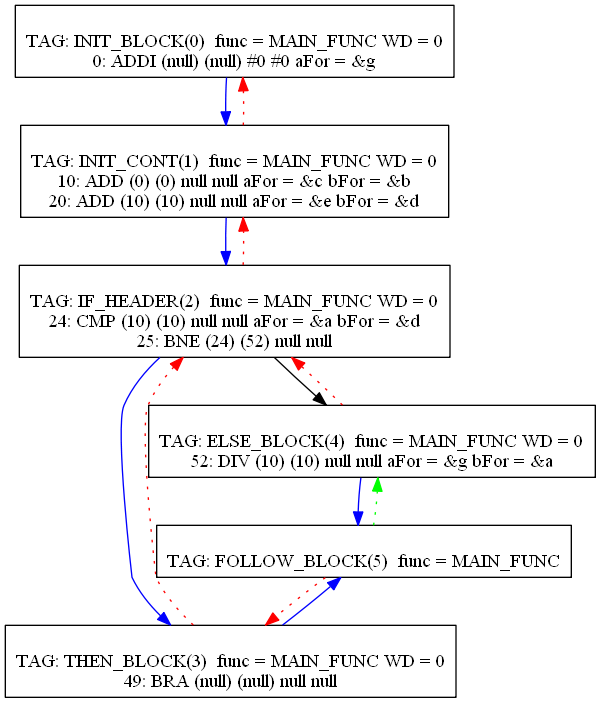
Above: Compiler/25graph.png in mbajaj92/Project-Astoria (Graphviz), before the change. Its source is kept beside it as Compiler/25graph.dot. Its diagram source:
```dot
digraph {
0[label="
TAG: INIT_BLOCK(0)  func = MAIN_FUNC WD = 0
0: ADDI (null) (null) #0 #0 aFor = &g
"];
0[shape=box];
0 -> 1[color=blue]
1[label="
TAG: INIT_CONT(1)  func = MAIN_FUNC WD = 0
10: ADD (0) (0) null null aFor = &c bFor = &b
20: ADD (10) (10) null null aFor = &e bFor = &d
"];
1[shape=box];
1 -> 2[color=blue]
1 -> 0[color=red][style=dotted]
2[label="
TAG: IF_HEADER(2)  func = MAIN_FUNC WD = 0
24: CMP (10) (10) null null aFor = &a bFor = &d
25: BNE (24) (52) null null
"];
2[shape=box];
2 -> 3[color=blue]
2 -> 4[color=black]
2 -> 1[color=red][style=dotted]
3[label="
TAG: THEN_BLOCK(3)  func = MAIN_FUNC WD = 0
49: BRA (null) (null) null null
"];
3[shape=box];
3 -> 5[color=blue]
3 -> 2[color=red][style=dotted]
4[label="
TAG: ELSE_BLOCK(4)  func = MAIN_FUNC WD = 0
52: DIV (10) (10) null null aFor = &g bFor = &a
"];
4[shape=box];
4 -> 5[color=blue]
4 -> 2[color=red][style=dotted]
5[label="
TAG: FOLLOW_BLOCK(5)  func = MAIN_FUNC
"];
5[shape=box];
5 -> 3[color=red][style=dotted]
5 -> 4[color=green][style=dotted]
}
```
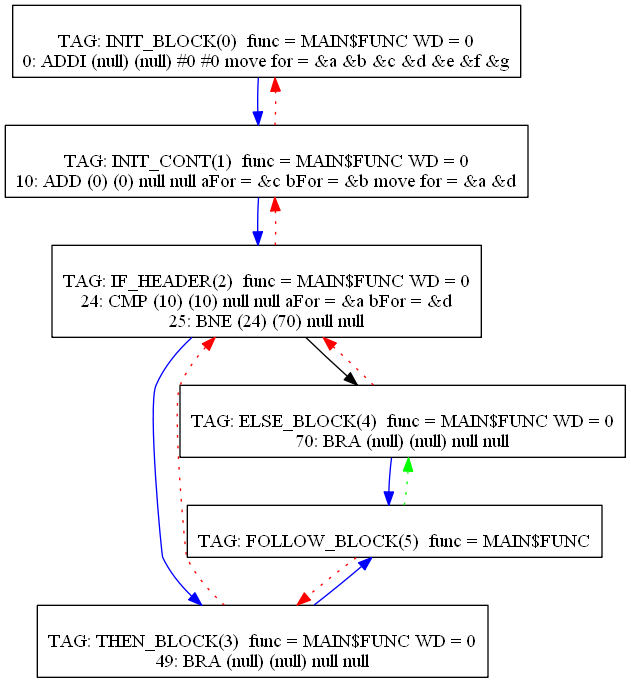
The same file after the commit.

Change to the diagram source:
```diff
@@ -1,43 +1,42 @@
 digraph {
 0[label="
-TAG: INIT_BLOCK(0)  func = MAIN_FUNC WD = 0
-0: ADDI (null) (null) #0 #0 aFor = &g
+TAG: INIT_BLOCK(0)  func = MAIN$FUNC WD = 0
+0: ADDI (null) (null) #0 #0 move for = &a &b &c &d &e &f &g
 "];
 0[shape=box];
 0 -> 1[color=blue]
 1[label="
-TAG: INIT_CONT(1)  func = MAIN_FUNC WD = 0
-10: ADD (0) (0) null null aFor = &c bFor = &b
-20: ADD (10) (10) null null aFor = &e bFor = &d
+TAG: INIT_CONT(1)  func = MAIN$FUNC WD = 0
+10: ADD (0) (0) null null aFor = &c bFor = &b move for = &a &d
 "];
 1[shape=box];
 1 -> 2[color=blue]
 1 -> 0[color=red][style=dotted]
 2[label="
-TAG: IF_HEADER(2)  func = MAIN_FUNC WD = 0
+TAG: IF_HEADER(2)  func = MAIN$FUNC WD = 0
 24: CMP (10) (10) null null aFor = &a bFor = &d
-25: BNE (24) (52) null null
+25: BNE (24) (70) null null
 "];
 2[shape=box];
 2 -> 3[color=blue]
 2 -> 4[color=black]
 2 -> 1[color=red][style=dotted]
 3[label="
-TAG: THEN_BLOCK(3)  func = MAIN_FUNC WD = 0
+TAG: THEN_BLOCK(3)  func = MAIN$FUNC WD = 0
 49: BRA (null) (null) null null
 "];
 3[shape=box];
 3 -> 5[color=blue]
 3 -> 2[color=red][style=dotted]
 4[label="
-TAG: ELSE_BLOCK(4)  func = MAIN_FUNC WD = 0
-52: DIV (10) (10) null null aFor = &g bFor = &a
+TAG: ELSE_BLOCK(4)  func = MAIN$FUNC WD = 0
+70: BRA (null) (null) null null
 "];
 4[shape=box];
 4 -> 5[color=blue]
 4 -> 2[color=red][style=dotted]
 5[label="
-TAG: FOLLOW_BLOCK(5)  func = MAIN_FUNC
+TAG: FOLLOW_BLOCK(5)  func = MAIN$FUNC
 "];
 5[shape=box];
 5 -> 3[color=red][style=dotted]
```
